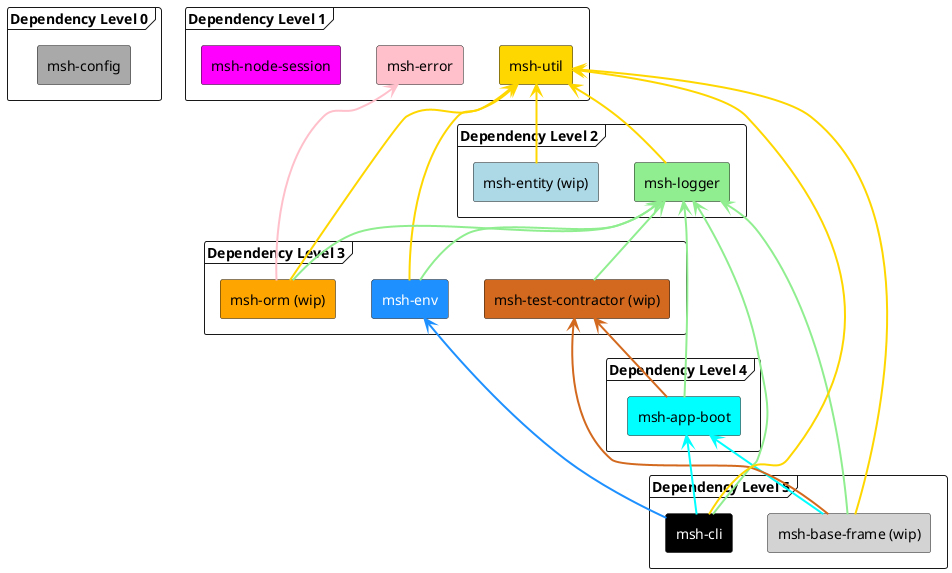
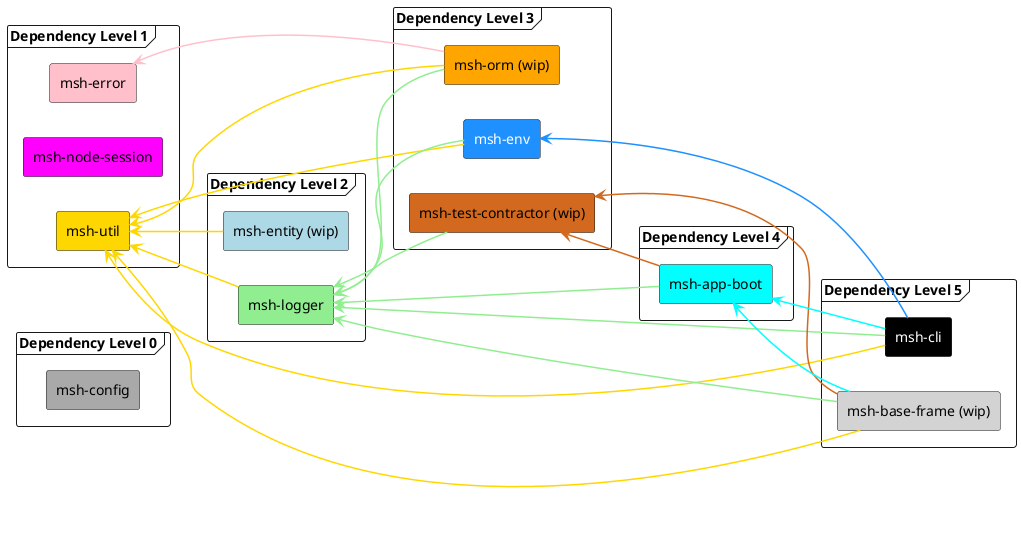
@startuml
+ left to right direction
+ 
<style>
arrow {
-   LineThickness 2
+   LineThickness 1.5
}
</style>
- 'skinparam shadowing false

!$config_color = darkgray
!$util_color = gold
!$node_session_color = Magenta
!$error_color = pink
!$logger_color = lightgreen
!$env_color = DodgerBlue
!$app_boot_color = cyan
!$cli_color = black
- 
!$entity_color = lightblue
!$orm_color = orange
!$test_contractor_color = chocolate
!$base_frame_color = lightgray

- frame "Dependency Level 0" as dep_level_0{
+ frame "Dependency Level 0" as dep_level_0 {
	rectangle "msh-config" as config [[https://github.com/beecode-rs/msh-config]] #$config_color
}

frame "Dependency Level 1" as dep_level_1 {
- 	rectangle "msh-util" as util [[https://github.com/beecode-rs/msh-util]] #$util_color
	rectangle "msh-error" as error [[https://github.com/beecode-rs/msh-error]] #$error_color
	rectangle "msh-node-session" as node_session [[https://github.com/beecode-rs/msh-node-session]] #$node_session_color
+ 	rectangle "msh-util" as util [[https://github.com/beecode-rs/msh-util]] #$util_color
}

frame "Dependency Level 2" as dep_level_2 {
- rectangle "msh-logger" as logger [[https://github.com/beecode-rs/msh-logger]] #$logger_color
-   rectangle "msh-entity (wip)" as entity [[https://github.com/beecode-rs/msh-entity]] #$entity_color
+ 	rectangle "msh-logger" as logger [[https://github.com/beecode-rs/msh-logger]] #$logger_color
+ 	rectangle "msh-entity (wip)" as entity [[https://github.com/beecode-rs/msh-entity]] #$entity_color
}

frame "Dependency Level 3" as dep_level_3 {
- rectangle "msh-env" as env [[https://github.com/beecode-rs/msh-env]] #$env_color;text:white
-   rectangle "msh-orm (wip)" as orm [[https://github.com/beecode-rs/msh-orm]] #$orm_color
-   rectangle "msh-test-contractor (wip)" as test_contractor [[https://github.com/beecode-rs/msh-test-contractor]] #$test_contractor_color
+ 	rectangle "msh-orm (wip)" as orm [[https://github.com/beecode-rs/msh-orm]] #$orm_color
+ 	rectangle "msh-env" as env [[https://github.com/beecode-rs/msh-env]] #$env_color;text:white
+ 	rectangle "msh-test-contractor (wip)" as test_contractor [[https://github.com/beecode-rs/msh-test-contractor]] #$test_contractor_color
}

frame "Dependency Level 4" as dep_level_4 {
	rectangle "msh-app-boot" as app_boot [[https://github.com/beecode-rs/msh-app-boot]] #$app_boot_color
}
+ 
frame "Dependency Level 5" as dep_level_5 {
+ 	rectangle "msh-base-frame (wip)" as base_frame [[https://github.com/beecode-rs/msh-base-frame]] #$base_frame_color
	rectangle "msh-cli" as cli [[https://github.com/beecode-rs/msh-cli]] #$cli_color;text:white
-   rectangle "msh-base-frame (wip)" as base_frame [[https://github.com/beecode-rs/msh-base-frame]] #$base_frame_color
}

- '--------------
+ '--- Dependencies (arrows point from dependent → dependency) ---

- base_frame -up-> app_boot #$app_boot_color
- base_frame -up-> test_contractor #$test_contractor_color
- base_frame -up-> util #$util_color
- base_frame -up-> logger #$logger_color
+ ' msh-util (6 dependents)
+ util <-- logger #$util_color
+ util <-- entity #$util_color
+ util <-- orm #$util_color
+ util <-- env #$util_color
+ util <-- cli #$util_color
+ util <-- base_frame #$util_color

+ ' msh-error (1 dependent)
+ error <-- orm #$error_color

- app_boot -up-> logger #$logger_color
- app_boot -up-> test_contractor #$test_contractor_color
+ ' msh-logger (6 dependents)
+ logger <-- test_contractor #$logger_color
+ logger <-- env #$logger_color
+ logger <-- app_boot #$logger_color
+ logger <-- cli #$logger_color
+ logger <-- base_frame #$logger_color
+ logger <-- orm #$logger_color

+ ' msh-test-contractor (2 dependents)
+ test_contractor <-- app_boot #$test_contractor_color
+ test_contractor <-- base_frame #$test_contractor_color

- cli -up-> app_boot #$app_boot_color
- cli -up-> env #$env_color
- cli -up-> logger #$logger_color
- cli -up-> util #$util_color
+ ' msh-app-boot (2 dependents)
+ app_boot <-- cli #$app_boot_color
+ app_boot <-- base_frame #$app_boot_color

- 
- env -up-> logger #$logger_color
- env -up-> util #$util_color
- 
- 
- test_contractor -up-> logger #$logger_color
- 
- logger -up-> util #$util_color
- 
- entity -up-> util #$util_color
- 
- 
- orm -up-> util #$util_color
- orm -up-> error #$error_color
- orm -up-> logger #$logger_color
+ ' msh-env (1 dependent)
+ env <-- cli #$env_color

@enduml
